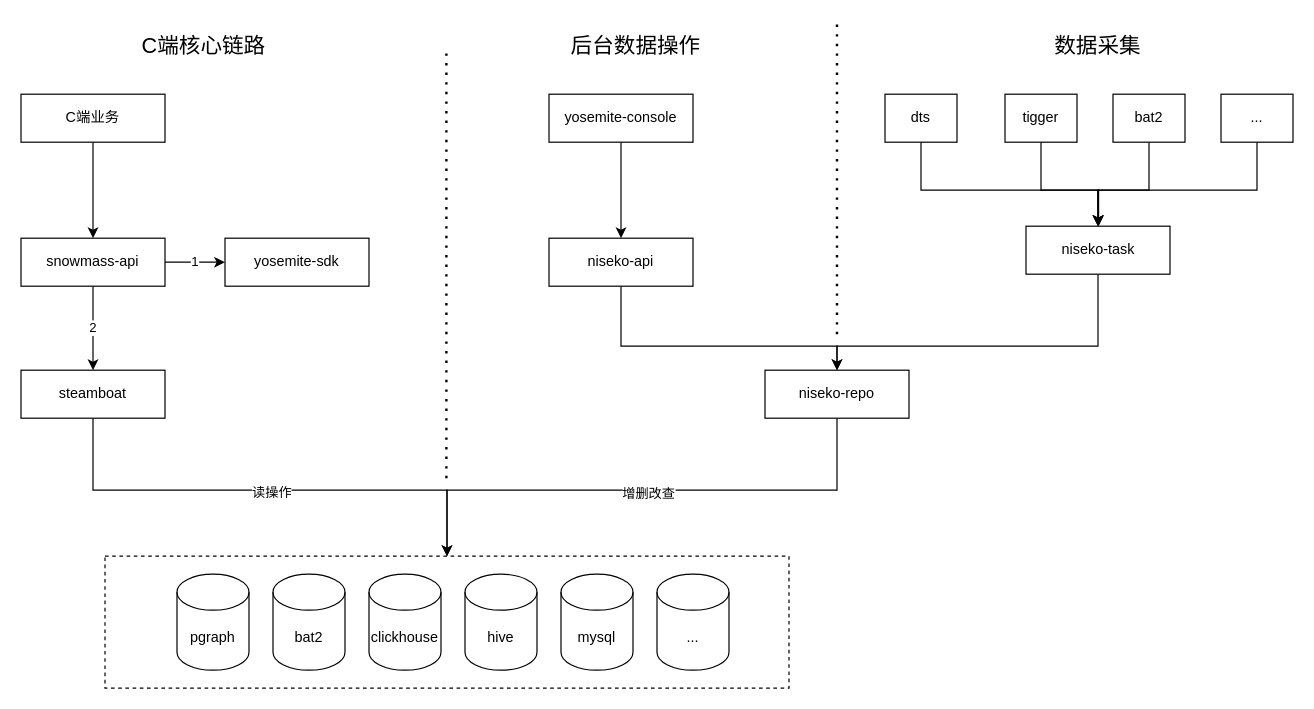
The draw.io diagram page "整体架构" (2 of 3) of Untitled Diagram.drawio in Kang-Shawn/Kang-Shawn.github.io, before the edit. Source tidied: cells renumbered, new cells numbered last; positions are measured from the earlier drawing's top-left corner, leaving out a move shared by most shapes. Both pictures are drawn from the tidied source at 120%, with x=0, y=0 at pixel (20, 22).
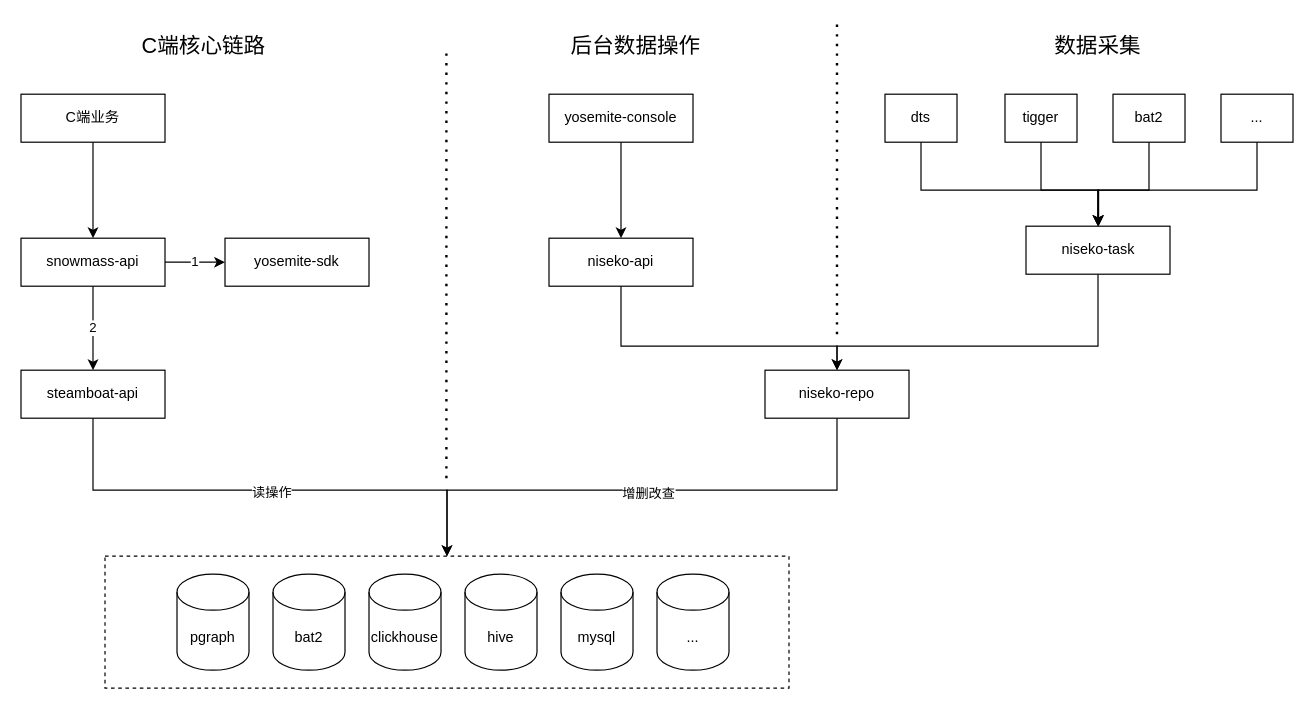
The same diagram, later.

What changed in the source:
```diff
@@
-    <mxCell id="11" value="steamboat" style="rounded=0;whiteSpace=wrap;html=1;" parent="1" vertex="1">
+    <mxCell id="11" value="steamboat-api" style="rounded=0;whiteSpace=wrap;html=1;" parent="1" vertex="1">
       <mxGeometry y="290" width="120" height="40" as="geometry" />
     </mxCell>
```
